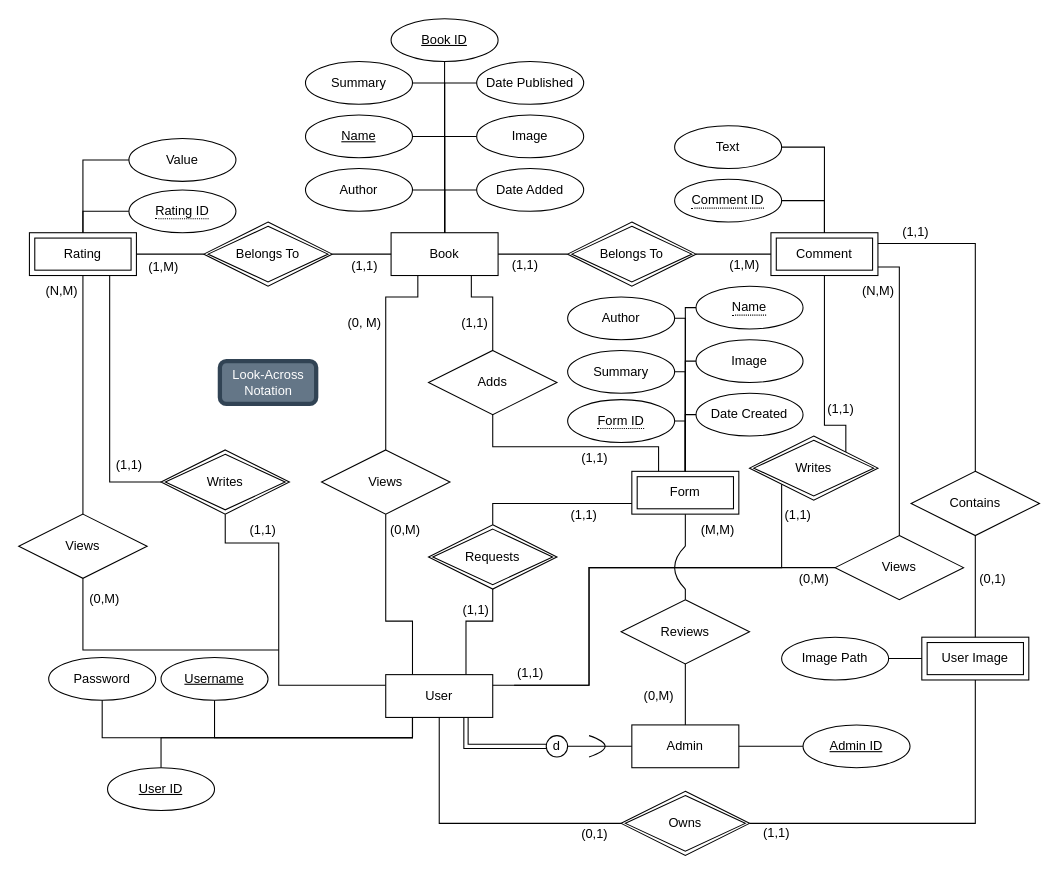
Above: BDB Diagram.drawio in theinsurgentarchive/BDB (draw.io), before the change. Source tidied: cells renumbered, new cells numbered last; positions are measured from the earlier drawing's top-left corner, leaving out a move shared by most shapes. Both pictures are drawn from the tidied source at 107%, with x=0, y=0 at pixel (18, 18).
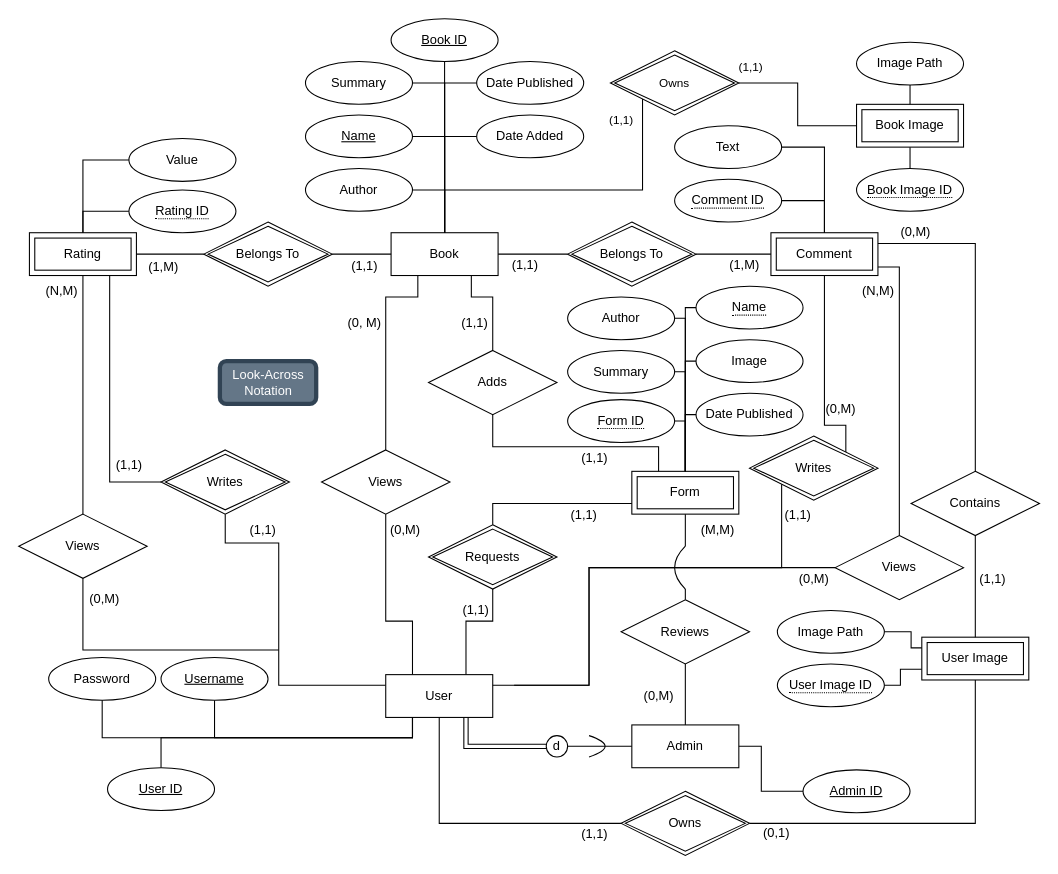
After the change.

Unchanged cells that the change refers to:
```xml
<mxCell id="2" value="&lt;div&gt;Book&lt;/div&gt;" style="whiteSpace=wrap;html=1;align=center;" parent="1" vertex="1">
  <mxGeometry x="348" y="200" width="100" height="40" as="geometry" />
</mxCell>
<mxCell id="69" value="Admin" style="whiteSpace=wrap;html=1;align=center;" parent="1" vertex="1">
  <mxGeometry x="573" y="660" width="100" height="40" as="geometry" />
</mxCell>
<mxCell id="108" value="User Image" style="shape=ext;margin=3;double=1;whiteSpace=wrap;html=1;align=center;" parent="1" vertex="1">
  <mxGeometry x="844" y="578" width="100" height="40" as="geometry" />
</mxCell>
```

What changed in the source:
```diff
@@
     <mxCell id="6" value="Date Added" style="ellipse;whiteSpace=wrap;html=1;align=center;" parent="1" vertex="1">
-      <mxGeometry x="428" y="140" width="100" height="40" as="geometry" />
+      <mxGeometry x="428" y="90" width="100" height="40" as="geometry" />
     </mxCell>
@@
     <mxCell id="8" style="edgeStyle=orthogonalEdgeStyle;rounded=0;jettySize=auto;html=1;endArrow=none;endFill=0;entryX=0.5;entryY=0;entryDx=0;entryDy=0;exitX=0;exitY=0.5;exitDx=0;exitDy=0;" parent="1" edge="1" source="6" target="2">
       <mxGeometry relative="1" as="geometry">
         <Array as="points">
-          <mxPoint x="428" y="160" />
-          <mxPoint x="398" y="160" />
+          <mxPoint x="398" y="110" />
         </Array>
       </mxGeometry>
     </mxCell>
-    <mxCell id="9" style="edgeStyle=orthogonalEdgeStyle;rounded=0;jettySize=auto;html=1;exitX=0;exitY=0.5;exitDx=0;exitDy=0;entryX=0.5;entryY=0;entryDx=0;entryDy=0;endArrow=none;endFill=0;" parent="1" edge="1" source="10" target="2">
-      <mxGeometry relative="1" as="geometry" />
-    </mxCell>
-    <mxCell id="10" value="Image" style="ellipse;whiteSpace=wrap;html=1;align=center;" parent="1" vertex="1">
-      <mxGeometry x="428" y="90" width="100" height="40" as="geometry" />
+    <mxCell id="10" value="Image Path" style="ellipse;whiteSpace=wrap;html=1;align=center;" parent="1" vertex="1">
+      <mxGeometry x="783" y="22" width="100" height="40" as="geometry" />
     </mxCell>
@@
-    <mxCell id="45" value="Date Created" style="ellipse;whiteSpace=wrap;html=1;align=center;" parent="1" vertex="1">
+    <mxCell id="45" value="Date Published" style="ellipse;whiteSpace=wrap;html=1;align=center;" parent="1" vertex="1">
       <mxGeometry x="633" y="350" width="100" height="40" as="geometry" />
     </mxCell>
@@
     <mxCell id="74" style="endArrow=none;html=1;rounded=0;entryX=1;entryY=0.5;entryDx=0;entryDy=0;exitX=0;exitY=0.5;exitDx=0;exitDy=0;" parent="1" edge="1" source="103" target="69">
-      <mxGeometry relative="1" as="geometry" />
+      <mxGeometry relative="1" as="geometry">
+        <Array as="points">
+          <mxPoint x="694" y="722" />
+          <mxPoint x="694" y="680" />
+        </Array>
+      </mxGeometry>
     </mxCell>
@@
-    <mxCell id="78" value="(1,1)" style="text;html=1;align=center;verticalAlign=middle;strokeColor=none;fillColor=none;" parent="1" vertex="1">
-      <mxGeometry x="453" y="597" width="50" height="30" as="geometry" />
-    </mxCell>
@@
-    <mxCell id="84" value="(1,1)" style="text;html=1;align=center;verticalAlign=middle;strokeColor=none;fillColor=none;" parent="1" vertex="1">
+    <mxCell id="84" value="(0,M)" style="text;html=1;align=center;verticalAlign=middle;strokeColor=none;fillColor=none;" parent="1" vertex="1">
       <mxGeometry x="743" y="350" width="50" height="30" as="geometry" />
     </mxCell>
@@
     <mxCell id="103" value="&lt;div&gt;Admin ID&lt;/div&gt;" style="ellipse;whiteSpace=wrap;html=1;align=center;fontStyle=4;" parent="1" vertex="1">
-      <mxGeometry x="733" y="660" width="100" height="40" as="geometry" />
+      <mxGeometry x="733" y="702" width="100" height="40" as="geometry" />
     </mxCell>
@@
     <mxCell id="109" value="Image Path" style="ellipse;whiteSpace=wrap;html=1;align=center;" parent="1" vertex="1">
-      <mxGeometry x="713" y="578" width="100" height="40" as="geometry" />
+      <mxGeometry x="709" y="553" width="100" height="40" as="geometry" />
     </mxCell>
-    <mxCell id="110" style="endArrow=none;html=1;rounded=0;entryX=1;entryY=0.5;entryDx=0;entryDy=0;exitX=0;exitY=0.5;exitDx=0;exitDy=0;" parent="1" edge="1" source="108" target="109">
-      <mxGeometry relative="1" as="geometry" />
+    <mxCell id="110" style="endArrow=none;html=1;rounded=0;entryX=1;entryY=0.5;entryDx=0;entryDy=0;exitX=0;exitY=0.25;exitDx=0;exitDy=0;" parent="1" edge="1" source="108" target="109">
+      <mxGeometry relative="1" as="geometry">
+        <Array as="points">
+          <mxPoint x="834" y="588" />
+          <mxPoint x="834" y="573" />
+        </Array>
+      </mxGeometry>
     </mxCell>
@@
-    <mxCell id="117" value="(0,1)" style="text;html=1;align=center;verticalAlign=middle;strokeColor=none;fillColor=none;" parent="1" vertex="1">
+    <mxCell id="117" value="(1,1)" style="text;html=1;align=center;verticalAlign=middle;strokeColor=none;fillColor=none;" parent="1" vertex="1">
       <mxGeometry x="513" y="747" width="50" height="30" as="geometry" />
     </mxCell>
-    <mxCell id="118" value="(0,1)" style="text;html=1;align=center;verticalAlign=middle;strokeColor=none;fillColor=none;" parent="1" vertex="1">
+    <mxCell id="118" value="(1,1)" style="text;html=1;align=center;verticalAlign=middle;strokeColor=none;fillColor=none;" parent="1" vertex="1">
       <mxGeometry x="885" y="509" width="50" height="30" as="geometry" />
     </mxCell>
-    <mxCell id="119" value="(1,1)" style="text;html=1;align=center;verticalAlign=middle;strokeColor=none;fillColor=none;" parent="1" vertex="1">
+    <mxCell id="119" value="(0,1)" style="text;html=1;align=center;verticalAlign=middle;strokeColor=none;fillColor=none;" parent="1" vertex="1">
       <mxGeometry x="683" y="746" width="50" height="30" as="geometry" />
     </mxCell>
-    <mxCell id="120" value="(1,1)" style="text;html=1;align=center;verticalAlign=middle;strokeColor=none;fillColor=none;" parent="1" vertex="1">
+    <mxCell id="120" value="(0,M)" style="text;html=1;align=center;verticalAlign=middle;strokeColor=none;fillColor=none;" parent="1" vertex="1">
       <mxGeometry x="813" y="185" width="50" height="30" as="geometry" />
     </mxCell>
+    <mxCell id="121" value="Book Image" style="shape=ext;margin=3;double=1;whiteSpace=wrap;html=1;align=center;" parent="1" vertex="1">
+      <mxGeometry x="783" y="80" width="100" height="40" as="geometry" />
+    </mxCell>
+    <mxCell id="122" style="endArrow=none;html=1;rounded=0;strokeColor=default;align=center;verticalAlign=middle;fontFamily=Helvetica;fontSize=11;fontColor=default;labelBackgroundColor=default;edgeStyle=orthogonalEdgeStyle;exitX=0.5;exitY=1;exitDx=0;exitDy=0;entryX=0.5;entryY=0;entryDx=0;entryDy=0;" parent="1" edge="1" source="10" target="121">
+      <mxGeometry relative="1" as="geometry" />
+    </mxCell>
+    <mxCell id="123" value="Owns" style="shape=rhombus;double=1;perimeter=rhombusPerimeter;whiteSpace=wrap;html=1;align=center;fontFamily=Helvetica;fontSize=11;fontColor=default;labelBackgroundColor=default;" parent="1" vertex="1">
+      <mxGeometry x="553" y="30" width="120" height="60" as="geometry" />
+    </mxCell>
+    <mxCell id="124" style="endArrow=none;html=1;rounded=0;strokeColor=default;align=center;verticalAlign=middle;fontFamily=Helvetica;fontSize=11;fontColor=default;labelBackgroundColor=default;edgeStyle=orthogonalEdgeStyle;exitX=0;exitY=0.5;exitDx=0;exitDy=0;entryX=1;entryY=0.5;entryDx=0;entryDy=0;" parent="1" edge="1" source="121" target="123">
+      <mxGeometry relative="1" as="geometry" />
+    </mxCell>
+    <mxCell id="125" style="edgeStyle=orthogonalEdgeStyle;rounded=0;jettySize=auto;html=1;entryX=0.5;entryY=0;entryDx=0;entryDy=0;endArrow=none;endFill=0;exitX=0;exitY=1;exitDx=0;exitDy=0;flowAnimation=0;" parent="1" edge="1" source="123" target="2">
+      <mxGeometry relative="1" as="geometry">
+        <Array as="points">
+          <mxPoint x="583" y="160" />
+          <mxPoint x="398" y="160" />
+        </Array>
+      </mxGeometry>
+    </mxCell>
+    <mxCell id="126" value="(1,1)" style="text;html=1;align=center;verticalAlign=middle;strokeColor=none;fillColor=none;fontFamily=Helvetica;fontSize=11;fontColor=default;labelBackgroundColor=default;" parent="1" vertex="1">
+      <mxGeometry x="659" y="30" width="50" height="30" as="geometry" />
+    </mxCell>
+    <mxCell id="127" value="(1,1)" style="text;html=1;align=center;verticalAlign=middle;strokeColor=none;fillColor=none;fontFamily=Helvetica;fontSize=11;fontColor=default;labelBackgroundColor=default;" parent="1" vertex="1">
+      <mxGeometry x="538" y="80" width="50" height="30" as="geometry" />
+    </mxCell>
+    <mxCell id="128" value="&lt;span style=&quot;border-bottom: 1px dotted;&quot;&gt;User Image ID&lt;/span&gt;" style="ellipse;whiteSpace=wrap;html=1;align=center;" parent="1" vertex="1">
+      <mxGeometry x="709" y="603" width="100" height="40" as="geometry" />
+    </mxCell>
+    <mxCell id="129" style="endArrow=none;html=1;rounded=0;entryX=1;entryY=0.5;entryDx=0;entryDy=0;exitX=0;exitY=0.75;exitDx=0;exitDy=0;" parent="1" edge="1" source="108" target="128">
+      <mxGeometry relative="1" as="geometry">
+        <Array as="points">
+          <mxPoint x="824" y="608" />
+          <mxPoint x="824" y="623" />
+        </Array>
+      </mxGeometry>
+    </mxCell>
+    <mxCell id="130" value="&lt;span style=&quot;border-bottom: 1px dotted;&quot;&gt;Book Image ID&lt;/span&gt;" style="ellipse;whiteSpace=wrap;html=1;align=center;" parent="1" vertex="1">
+      <mxGeometry x="783" y="140" width="100" height="40" as="geometry" />
+    </mxCell>
+    <mxCell id="131" style="endArrow=none;html=1;rounded=0;exitX=0.5;exitY=1;exitDx=0;exitDy=0;entryX=0.5;entryY=0;entryDx=0;entryDy=0;" parent="1" edge="1" source="121" target="130">
+      <mxGeometry relative="1" as="geometry" />
+    </mxCell>
```
